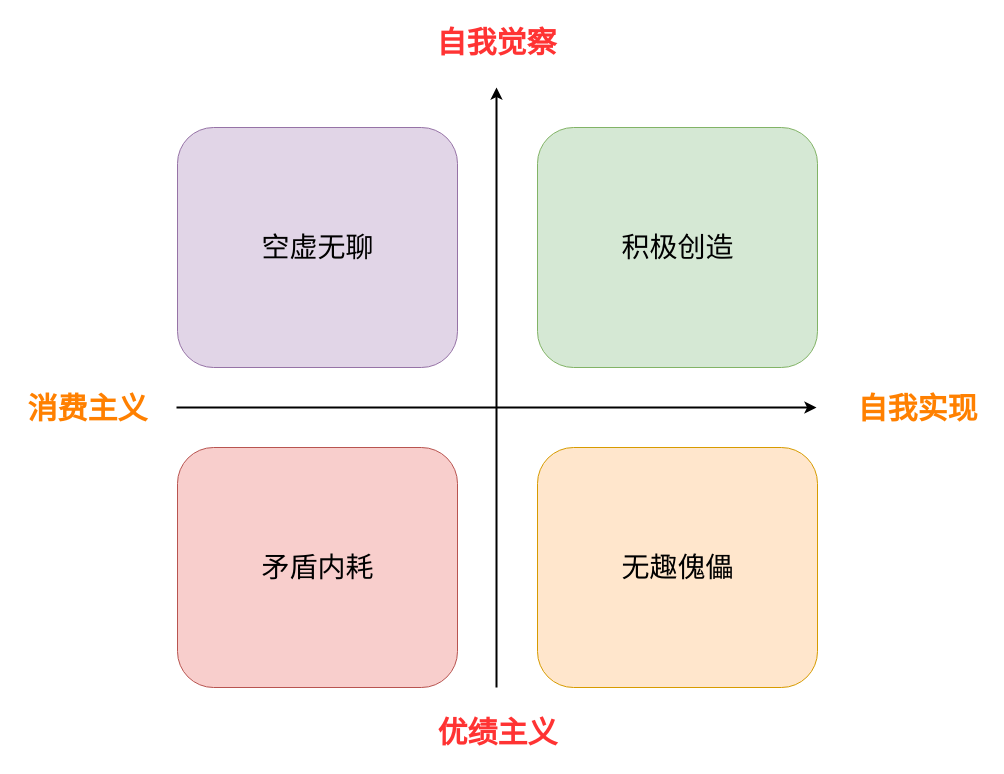
Above: 人生状态四象限.drawio in youyusan/life_system (draw.io), before the change. Source tidied: cells renumbered, new cells numbered last; positions are measured from the earlier drawing's top-left corner, leaving out a move shared by most shapes. Both pictures are drawn from the tidied source at 100%, with x=0, y=0 at pixel (17, 17).
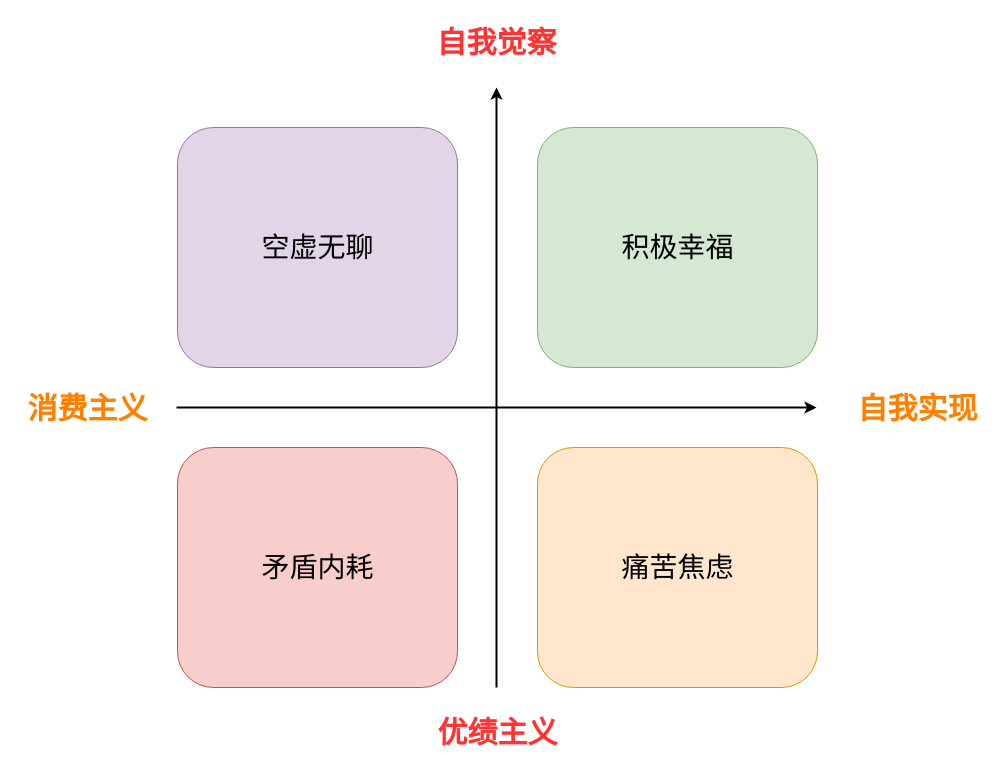
Above is the later version.

Commit message:
更新人生状态四象限.drawio

The edit, as a diff of the source:
```diff
@@
 <mxGraphModel>
   <root>
     <mxCell id="0" />
     <mxCell id="1" parent="0" />
     <mxCell id="2" style="rounded=1;whiteSpace=wrap;html=1;fillColor=#d5e8d4;strokeColor=#82b366;flipV=0;flipH=0;" parent="1" vertex="1">
       <mxGeometry x="520" y="110" width="280" height="240" as="geometry" />
     </mxCell>
     <mxCell id="3" style="rounded=1;whiteSpace=wrap;html=1;fillColor=#ffe6cc;strokeColor=#d79b00;flipV=1;flipH=0;" parent="1" vertex="1">
       <mxGeometry x="520" y="430" width="280" height="240" as="geometry" />
     </mxCell>
     <mxCell id="4" style="rounded=1;whiteSpace=wrap;html=1;fillColor=#e1d5e7;strokeColor=#9673a6;flipV=0;flipH=0;" parent="1" vertex="1">
       <mxGeometry x="160" y="110" width="280" height="240" as="geometry" />
     </mxCell>
     <mxCell id="5" style="rounded=1;whiteSpace=wrap;html=1;fillColor=#f8cecc;strokeColor=#b85450;flipV=1;flipH=0;" parent="1" vertex="1">
       <mxGeometry x="160" y="430" width="280" height="240" as="geometry" />
     </mxCell>
     <mxCell id="6" style="endArrow=classic;html=1;rounded=0;strokeWidth=2;" parent="1" edge="1">
       <mxGeometry relative="1" as="geometry">
         <mxPoint x="159" y="390" as="sourcePoint" />
         <mxPoint x="799" y="390" as="targetPoint" />
       </mxGeometry>
     </mxCell>
     <mxCell id="7" style="endArrow=classic;html=1;rounded=0;strokeWidth=2;" parent="1" edge="1">
       <mxGeometry relative="1" as="geometry">
         <mxPoint x="479" y="670" as="sourcePoint" />
         <mxPoint x="479" y="70" as="targetPoint" />
       </mxGeometry>
     </mxCell>
     <mxCell id="8" value="优绩主义" style="text;html=1;align=center;verticalAlign=middle;strokeColor=none;fillColor=none;fontSize=30;fontColor=#FF3333;fontStyle=1;" parent="1" vertex="1">
       <mxGeometry x="410" y="690" width="140" height="50" as="geometry" />
     </mxCell>
     <mxCell id="9" value="消费主义" style="text;html=1;align=center;verticalAlign=middle;strokeColor=none;fillColor=none;fontSize=30;fontStyle=1;fontColor=#FF8000;" parent="1" vertex="1">
       <mxGeometry y="366" width="140" height="50" as="geometry" />
     </mxCell>
     <mxCell id="10" value="矛盾内耗" style="text;html=1;align=center;verticalAlign=middle;strokeColor=none;fillColor=none;fontSize=28;flipV=1;flipH=0;" parent="1" vertex="1">
       <mxGeometry x="230" y="525" width="140" height="50" as="geometry" />
     </mxCell>
     <mxCell id="11" value="空虚无聊" style="text;html=1;align=center;verticalAlign=middle;strokeColor=none;fillColor=none;fontSize=28;flipV=0;flipH=0;" parent="1" vertex="1">
       <mxGeometry x="230" y="205" width="140" height="50" as="geometry" />
     </mxCell>
-    <mxCell id="12" value="无趣傀儡" style="text;html=1;align=center;verticalAlign=middle;strokeColor=none;fillColor=none;fontSize=28;flipV=1;flipH=0;" parent="1" vertex="1">
+    <mxCell id="12" value="痛苦焦虑" style="text;html=1;align=center;verticalAlign=middle;strokeColor=none;fillColor=none;fontSize=28;flipV=1;flipH=0;" parent="1" vertex="1">
       <mxGeometry x="590" y="525" width="140" height="50" as="geometry" />
     </mxCell>
-    <mxCell id="13" value="积极创造" style="text;html=1;align=center;verticalAlign=middle;strokeColor=none;fillColor=none;fontSize=28;flipV=0;flipH=0;" parent="1" vertex="1">
+    <mxCell id="13" value="积极幸福" style="text;html=1;align=center;verticalAlign=middle;strokeColor=none;fillColor=none;fontSize=28;flipV=0;flipH=0;" parent="1" vertex="1">
       <mxGeometry x="590" y="205" width="140" height="50" as="geometry" />
     </mxCell>
     <mxCell id="14" value="自我实现" style="text;html=1;align=center;verticalAlign=middle;strokeColor=none;fillColor=none;fontSize=30;fontStyle=1;fontColor=#FF8000;" parent="1" vertex="1">
       <mxGeometry x="830" y="366" width="140" height="50" as="geometry" />
     </mxCell>
     <mxCell id="15" value="自我觉察" style="text;html=1;align=center;verticalAlign=middle;strokeColor=none;fillColor=none;fontSize=30;fontColor=#FF3333;fontStyle=1;" parent="1" vertex="1">
       <mxGeometry x="409" width="140" height="50" as="geometry" />
     </mxCell>
   </root>
 </mxGraphModel>
```
